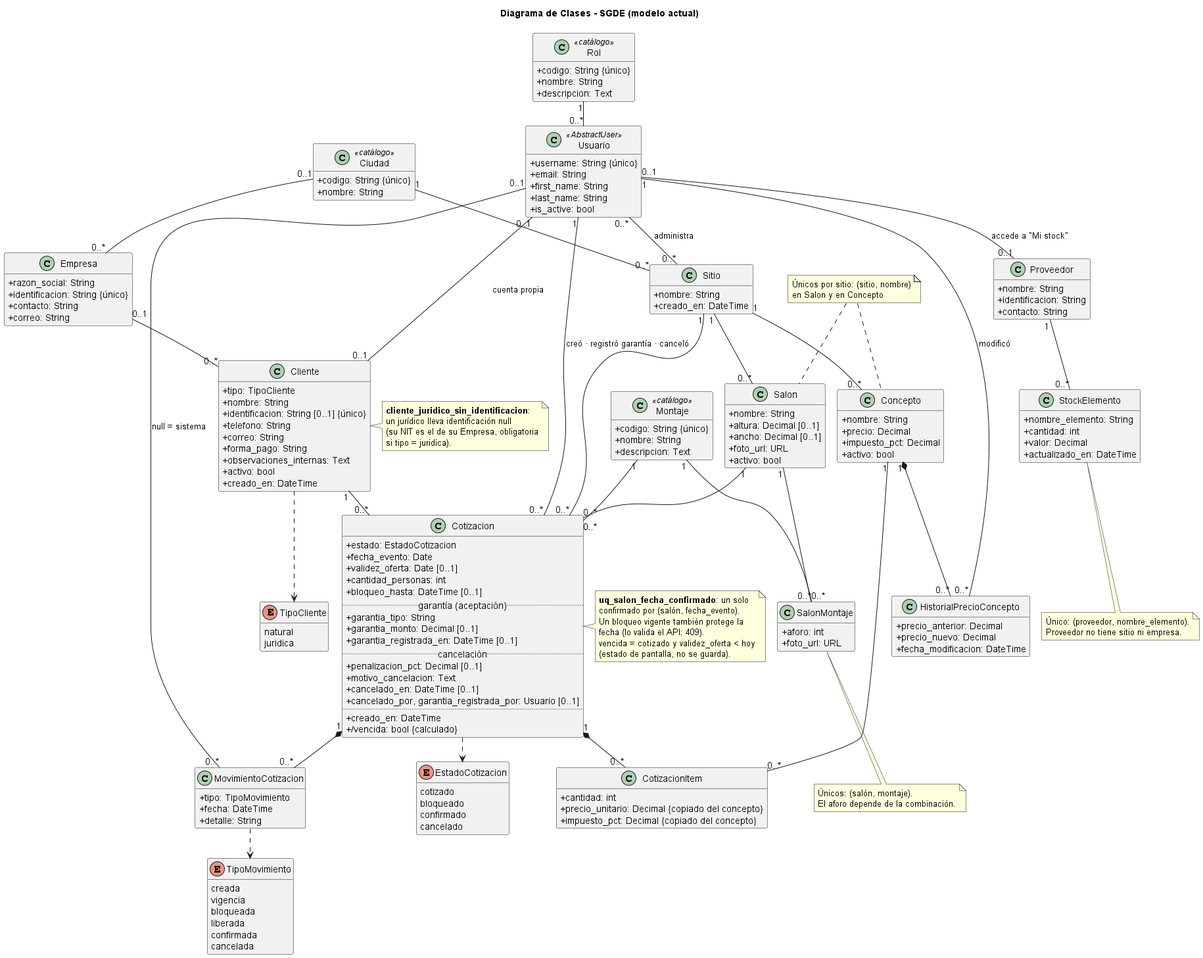
The PlantUML diagram docs/Diagrama_Clases_SGDE.png in AndreCamx2/Gestion-De-Eventos, before a commit.
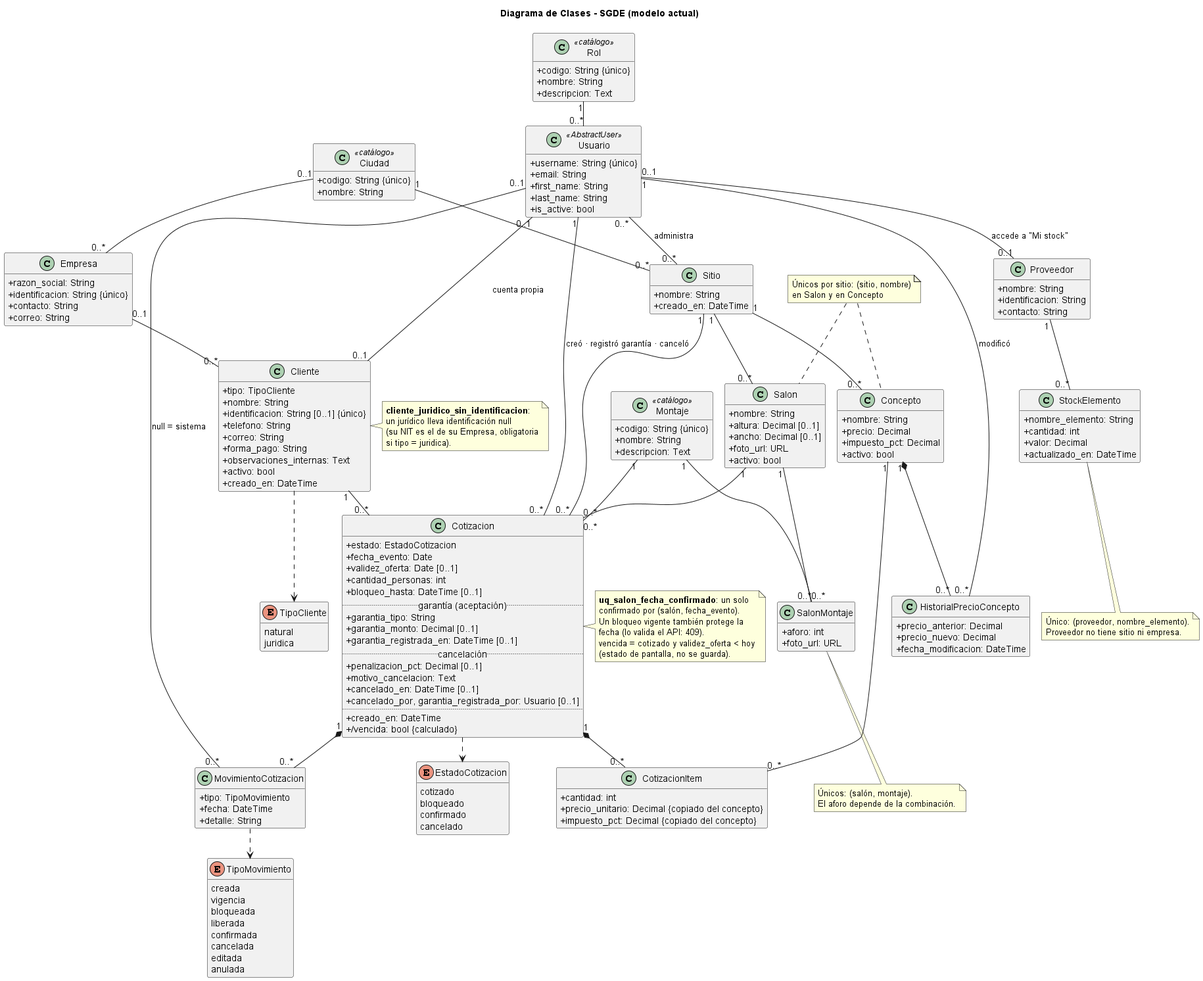
Later version of the same file.

The edit, as a diff of the source:
```diff
@@ -132,6 +132,8 @@
     liberada
     confirmada
     cancelada
+    editada
+    anulada
   }
 
 Ciudad "1" -- "0..*" Sitio
```
